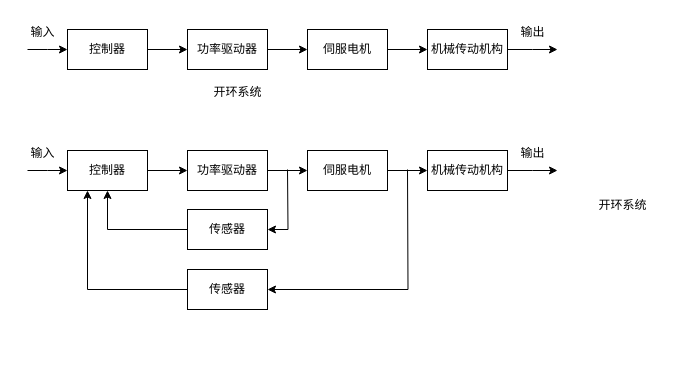
Vinson-001/Blog-flow-chart keeps this draw.io diagram as 伺服控制系统.drawio. Above is the earlier version. Source tidied: cells renumbered, new cells numbered last; positions are measured from the earlier drawing's top-left corner, leaving out a move shared by most shapes. Both pictures are drawn from the tidied source at 100%, with x=0, y=0 at pixel (17, 17).
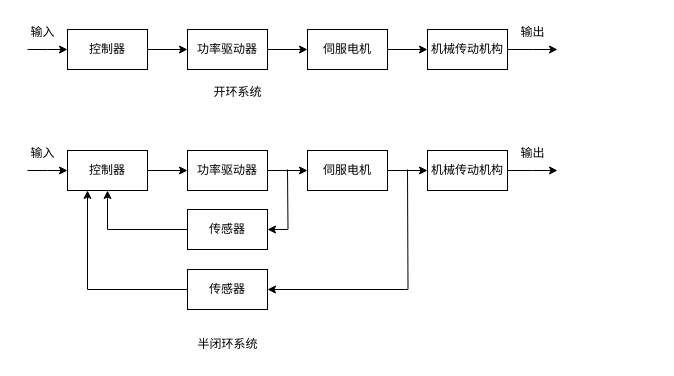
The same diagram, later.

Commit message (it also covers changes not shown here):
更新伺服控制系统.drawio

What changed in the source:
```diff
@@
-    <mxCell id="25" value="开环系统" style="text;html=1;align=center;verticalAlign=middle;strokeColor=none;fillColor=none;" parent="1" vertex="1">
-      <mxGeometry x="570" y="173" width="70" height="30" as="geometry" />
+    <mxCell id="25" value="半闭环系统" style="text;html=1;align=center;verticalAlign=middle;strokeColor=none;fillColor=none;" parent="1" vertex="1">
+      <mxGeometry x="170" y="312" width="80" height="30" as="geometry" />
     </mxCell>
```
